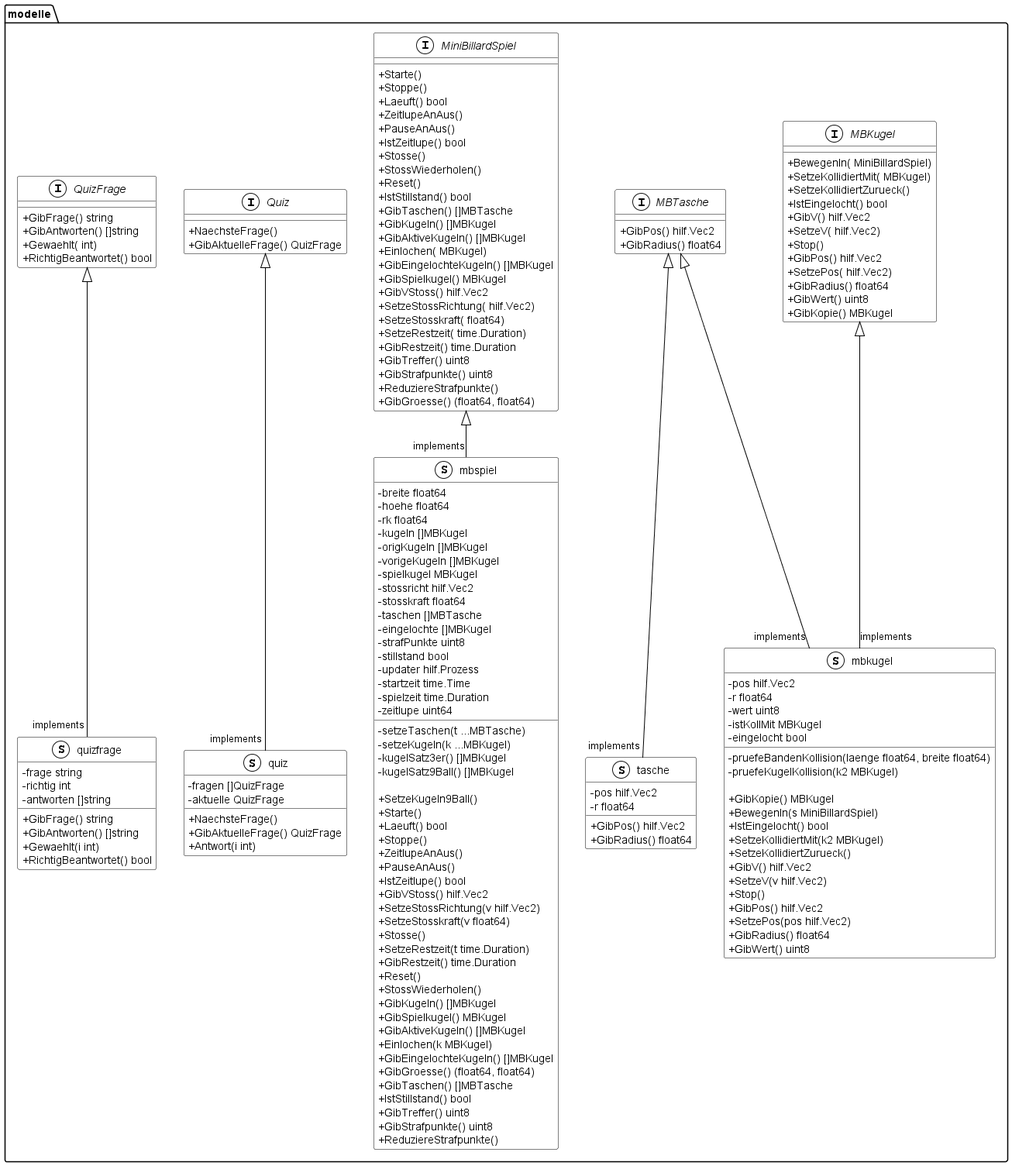
Before: documentation/UML/modelle.png, a diagram exported from PlantUML (Fussbroich/lwb-SWP).
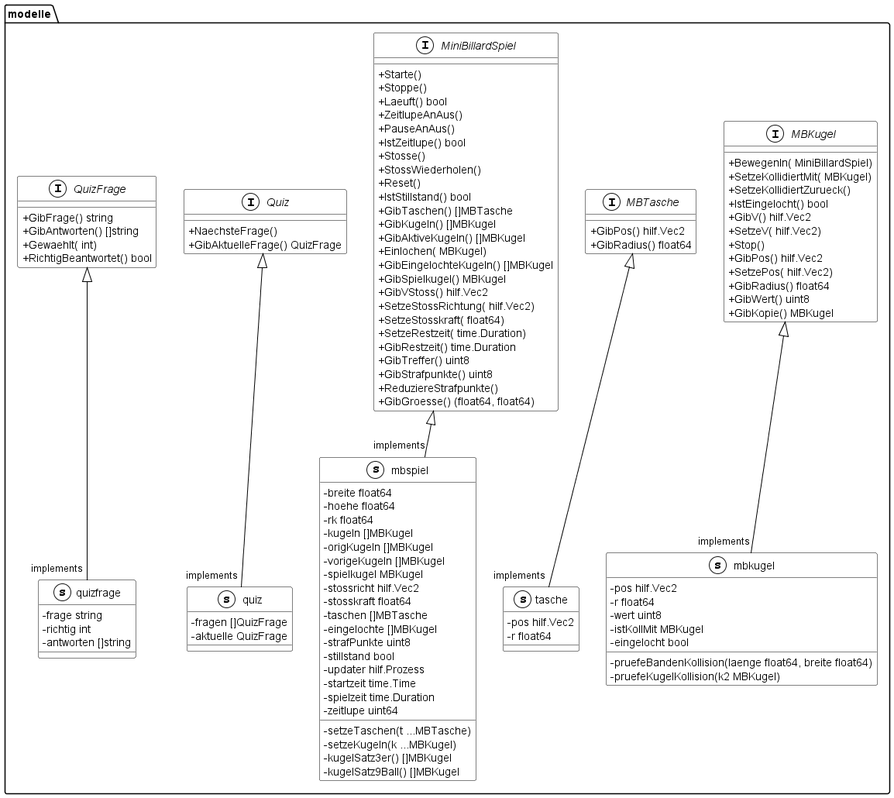
Later version of the same file.

What changed in the source:
```diff
@@ -68,7 +68,7 @@
         + RichtigBeantwortet() bool
 
     }
-    class mbkugel << (S,White) >> {
+    class mbkugel << (s,White) >> {
         - pos hilf.Vec2
         - r float64
         - wert uint8
@@ -77,22 +77,8 @@
 
         - pruefeBandenKollision(laenge float64, breite float64)
         - pruefeKugelKollision(k2 MBKugel)
-
-        + GibKopie() MBKugel
-        + BewegenIn(s MiniBillardSpiel)
-        + IstEingelocht() bool
-        + SetzeKollidiertMit(k2 MBKugel)
-        + SetzeKollidiertZurueck()
-        + GibV() hilf.Vec2
-        + SetzeV(v hilf.Vec2)
-        + Stop()
-        + GibPos() hilf.Vec2
-        + SetzePos(pos hilf.Vec2)
-        + GibRadius() float64
-        + GibWert() uint8
-
     }
-    class mbspiel << (S,White) >> {
+    class mbspiel << (s,White) >> {
         - breite float64
         - hoehe float64
         - rk float64
@@ -115,67 +101,23 @@
         - setzeKugeln(k ...MBKugel)
         - kugelSatz3er() []MBKugel
         - kugelSatz9Ball() []MBKugel
-
-        + SetzeKugeln9Ball()
-        + Starte()
-        + Laeuft() bool
-        + Stoppe()
-        + ZeitlupeAnAus()
-        + PauseAnAus()
-        + IstZeitlupe() bool
-        + GibVStoss() hilf.Vec2
-        + SetzeStossRichtung(v hilf.Vec2)
-        + SetzeStosskraft(v float64)
-        + Stosse()
-        + SetzeRestzeit(t time.Duration)
-        + GibRestzeit() time.Duration
-        + Reset()
-        + StossWiederholen()
-        + GibKugeln() []MBKugel
-        + GibSpielkugel() MBKugel
-        + GibAktiveKugeln() []MBKugel
-        + Einlochen(k MBKugel)
-        + GibEingelochteKugeln() []MBKugel
-        + GibGroesse() (float64, float64)
-        + GibTaschen() []MBTasche
-        + IstStillstand() bool
-        + GibTreffer() uint8
-        + GibStrafpunkte() uint8
-        + ReduziereStrafpunkte()
-
     }
-    class quiz << (S,White) >> {
+    class quiz << (s,White) >> {
         - fragen []QuizFrage
         - aktuelle QuizFrage
-
-        + NaechsteFrage()
-        + GibAktuelleFrage() QuizFrage
-        + Antwort(i int)
-
     }
-    class quizfrage << (S,White) >> {
+    class quizfrage << (s,White) >> {
         - frage string
         - richtig int
         - antworten []string
-
-        + GibFrage() string
-        + GibAntworten() []string
-        + Gewaehlt(i int)
-        + RichtigBeantwortet() bool
-
     }
-    class tasche << (S,White) >> {
+    class tasche << (s,White) >> {
         - pos hilf.Vec2
         - r float64
-
-        + GibPos() hilf.Vec2
-        + GibRadius() float64
-
     }
 }
 
 "modelle.MBKugel" <|-- "implements""modelle.mbkugel"
-"modelle.MBTasche" <|-- "implements""modelle.mbkugel"
 "modelle.MiniBillardSpiel" <|-- "implements""modelle.mbspiel"
 "modelle.Quiz" <|-- "implements""modelle.quiz"
 "modelle.QuizFrage" <|-- "implements""modelle.quizfrage"
```
